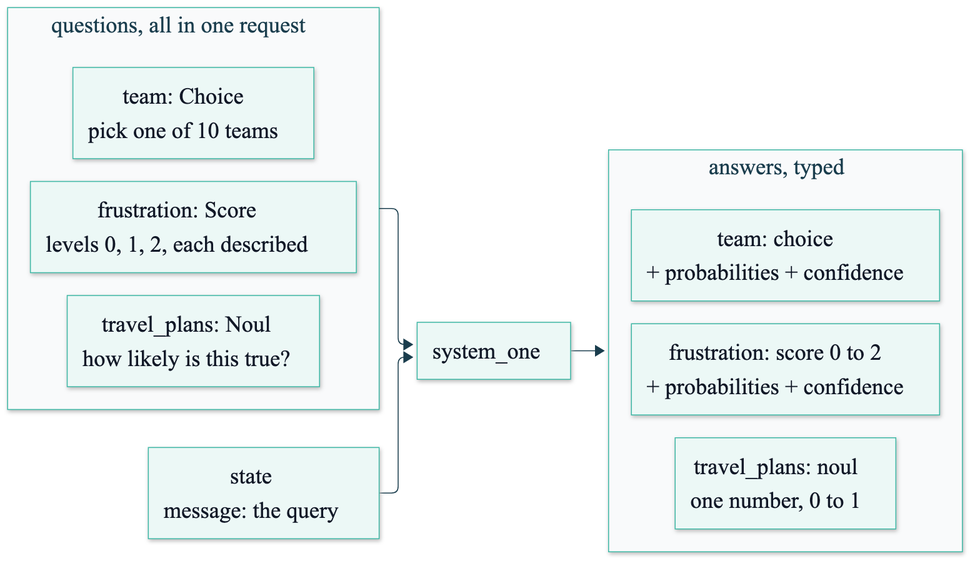
Above: course/diagrams/module_01/jev-request-anatomy.png in axel-sirota/getting_started_jev (Mermaid), before the change. Its source is kept beside it as course/diagrams/module_01/jev-request-anatomy.mmd.
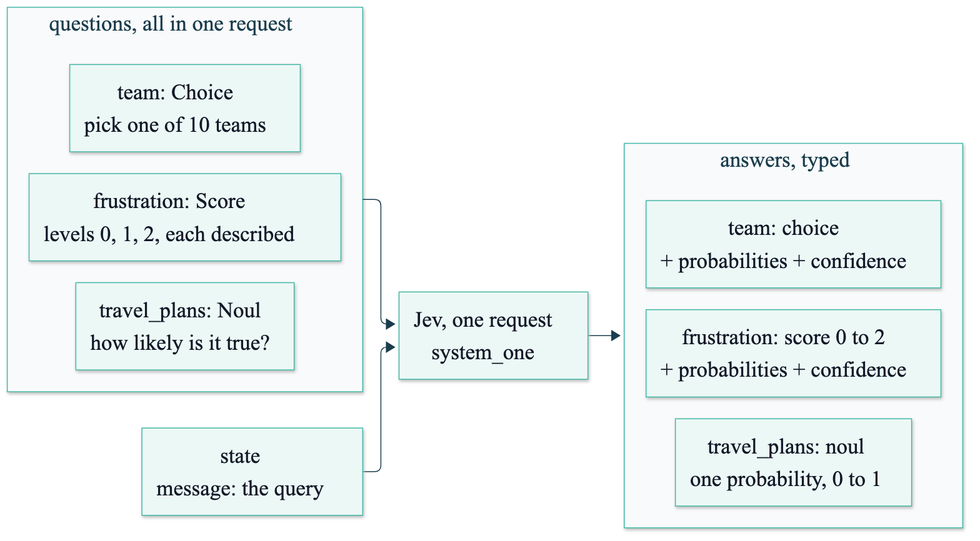
Later version of the same file.

What changed in the source:
```diff
@@ -5,14 +5,14 @@
     direction TB
     Q1["team: Choice<br/>pick one of 10 teams"]
     Q2["frustration: Score<br/>levels 0, 1, 2, each described"]
-    Q3["travel_plans: Noul<br/>how likely is this true?"]
+    Q3["travel_plans: Noul<br/>how likely is it true?"]
   end
-  J["system_one"]
+  J["Jev, one request<br/>system_one"]
   subgraph AN["answers, typed"]
     direction TB
     A1["team: choice<br/>+ probabilities + confidence"]
     A2["frustration: score 0 to 2<br/>+ probabilities + confidence"]
-    A3["travel_plans: noul<br/>one number, 0 to 1"]
+    A3["travel_plans: noul<br/>one probability, 0 to 1"]
   end
   Q1 ~~~ Q2 ~~~ Q3
   A1 ~~~ A2 ~~~ A3
```
